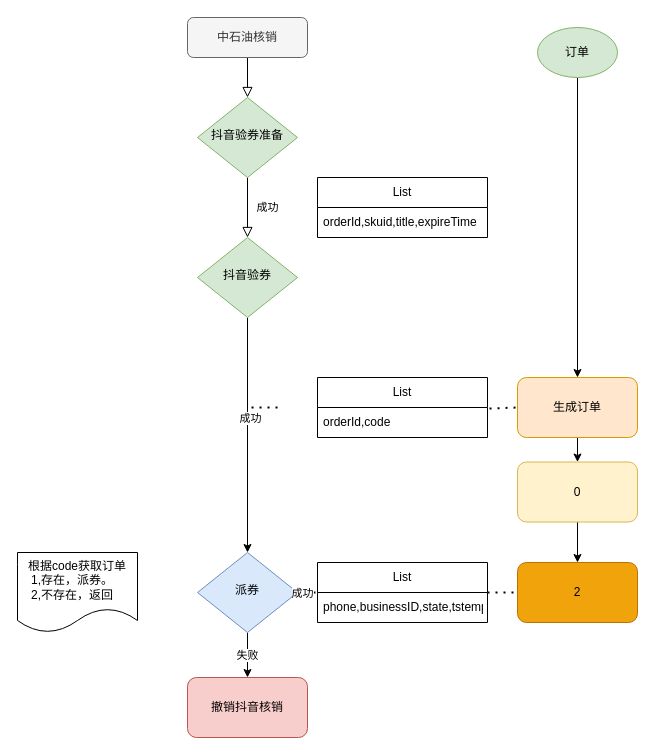
zhanghaiyang1/draw keeps this draw.io diagram as xlh/未命名绘图.drawio. Above is the earlier version. Source tidied: cells renumbered, new cells numbered last; positions are measured from the earlier drawing's top-left corner, leaving out a move shared by most shapes. Both pictures are drawn from the tidied source at 100%, with x=0, y=0 at pixel (17, 17).
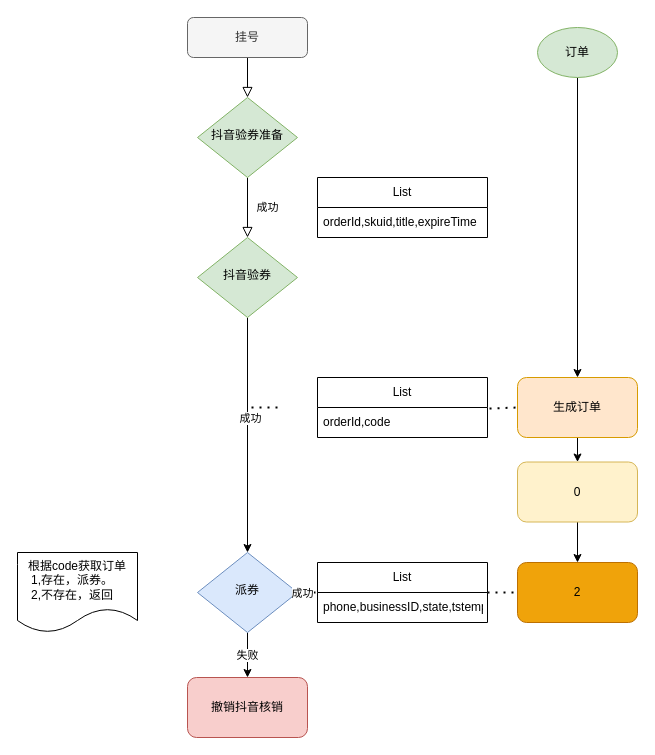
The same page after the edit.

Diff of the diagram source:
```diff
@@
-    <mxCell id="3" value="中石油核销" style="rounded=1;whiteSpace=wrap;html=1;fontSize=12;glass=0;strokeWidth=1;shadow=0;fillColor=#f5f5f5;fontColor=#333333;strokeColor=#666666;" parent="1" vertex="1">
+    <mxCell id="3" value="挂号" style="rounded=1;whiteSpace=wrap;html=1;fontSize=12;glass=0;strokeWidth=1;shadow=0;fillColor=#f5f5f5;fontColor=#333333;strokeColor=#666666;" parent="1" vertex="1">
       <mxGeometry x="170" width="120" height="40" as="geometry" />
     </mxCell>
```
